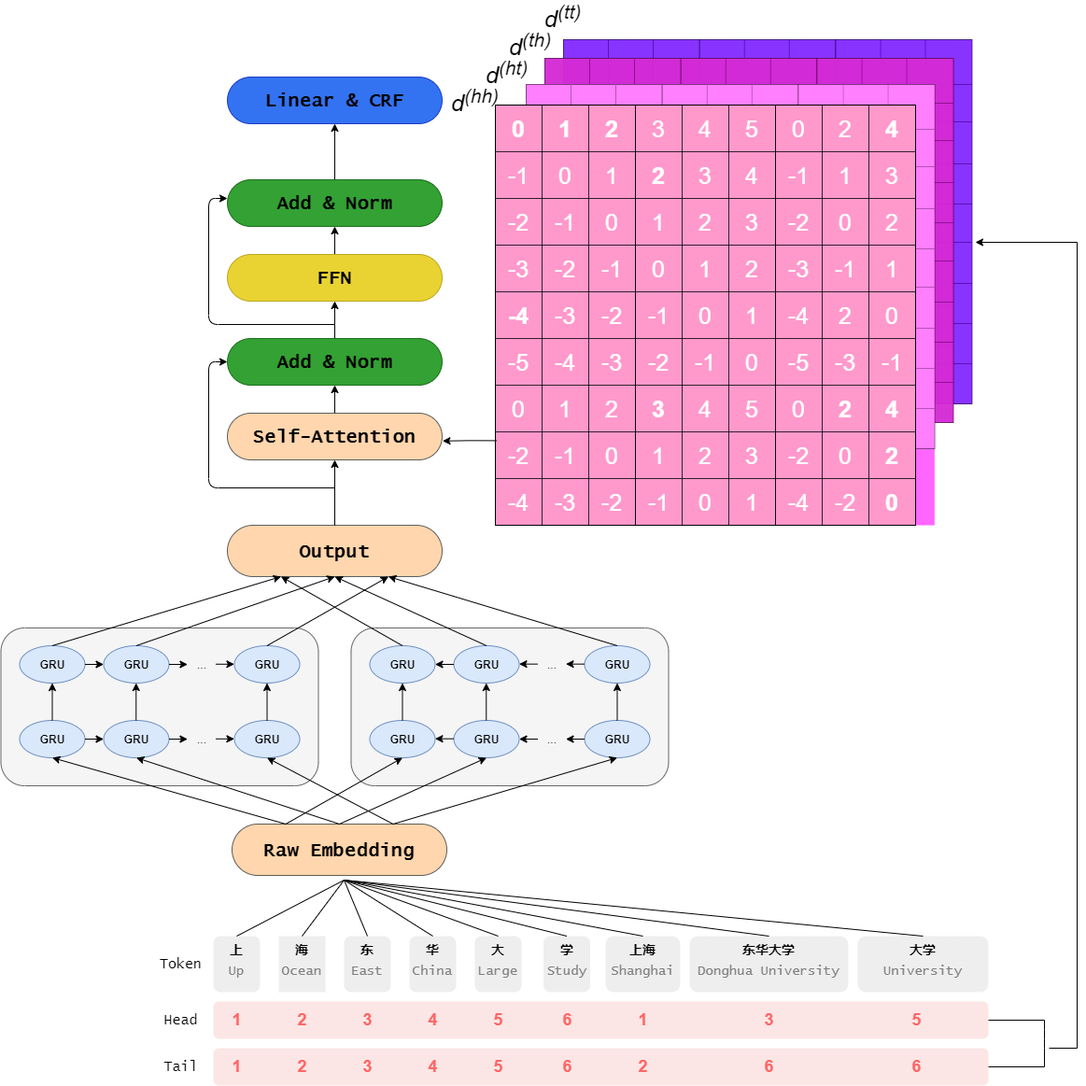
Above: Flat Diagram.png in AddsionPaPa/NLP (draw.io), before the change. Source tidied: cells renumbered, new cells last; positions are measured from the earlier drawing's top-left corner, leaving out a move shared by most shapes.
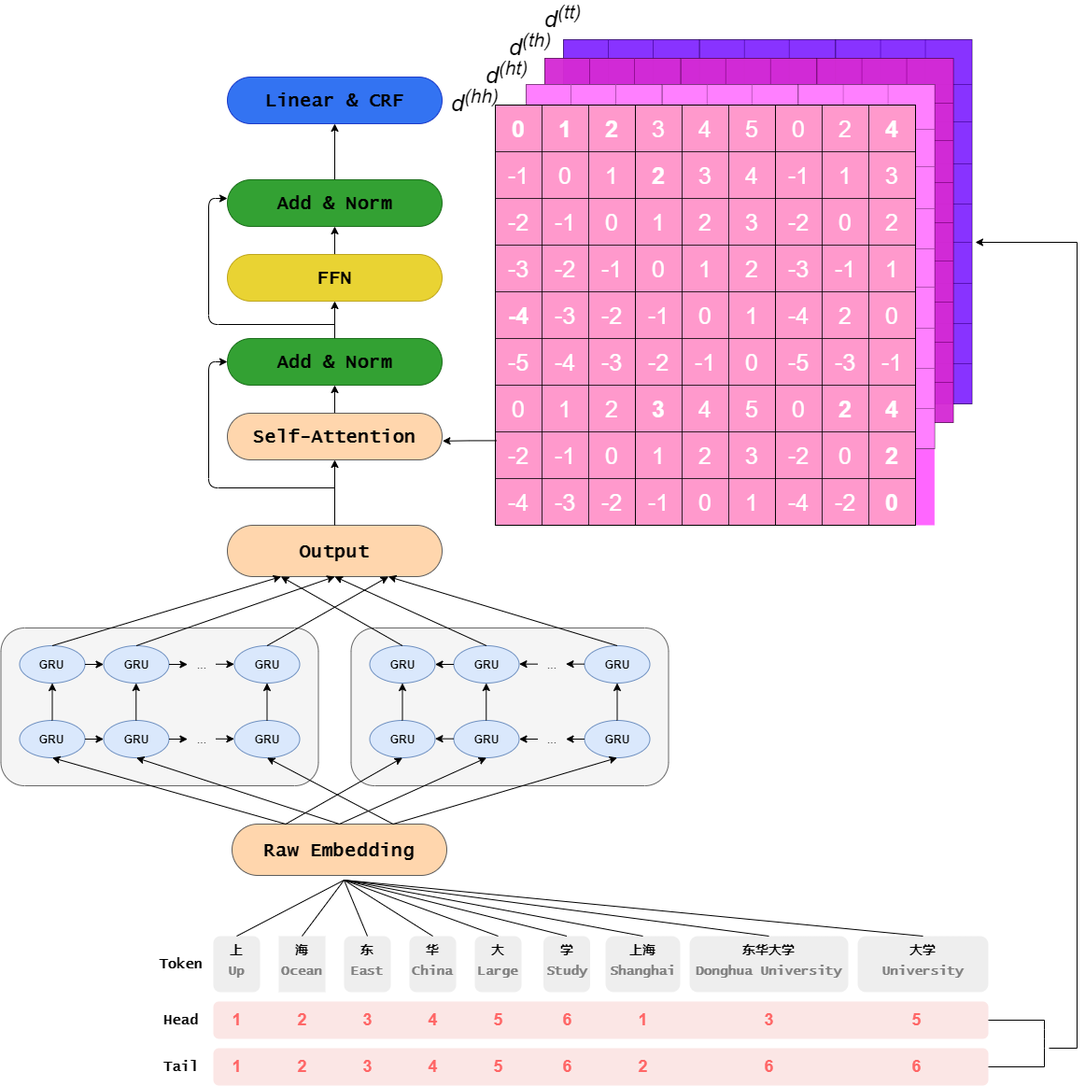
After the commit.

What changed in the source:
```diff
@@ -14,43 +14,43 @@
     <mxCell id="3" style="rounded=1;whiteSpace=wrap;html=1;fillColor=#f8cecc;strokeWidth=1;perimeterSpacing=0;opacity=50;strokeColor=none;" parent="1" vertex="1">
       <mxGeometry x="227" y="1070" width="830" height="40" as="geometry" />
     </mxCell>
-    <mxCell id="4" value="&lt;p style=&quot;line-height: 0% ; font-size: 14px&quot;&gt;&lt;font style=&quot;font-size: 14px&quot; face=&quot;Lucida Console&quot;&gt;&lt;b&gt;上&lt;/b&gt;&lt;/font&gt;&lt;/p&gt;&lt;p style=&quot;font-size: 14px&quot;&gt;&lt;font style=&quot;font-size: 14px&quot; face=&quot;Lucida Console&quot; color=&quot;#808080&quot;&gt;Up&lt;/font&gt;&lt;/p&gt;" style="rounded=1;whiteSpace=wrap;html=1;fillColor=#eeeeee;strokeColor=none;" parent="1" vertex="1">
+    <mxCell id="4" value="&lt;p style=&quot;line-height: 0% ; font-size: 14px&quot;&gt;&lt;font style=&quot;font-size: 14px&quot; face=&quot;Lucida Console&quot;&gt;&lt;b&gt;上&lt;/b&gt;&lt;/font&gt;&lt;/p&gt;&lt;p style=&quot;font-size: 14px&quot;&gt;&lt;font style=&quot;font-size: 14px&quot; face=&quot;Lucida Console&quot; color=&quot;#808080&quot;&gt;&lt;b&gt;Up&lt;/b&gt;&lt;/font&gt;&lt;/p&gt;" style="rounded=1;whiteSpace=wrap;html=1;fillColor=#eeeeee;strokeColor=none;" parent="1" vertex="1">
       <mxGeometry x="227" y="1000" width="50" height="60" as="geometry" />
     </mxCell>
     <mxCell id="5" style="rounded=1;whiteSpace=wrap;html=1;strokeColor=none;strokeWidth=1;fillColor=#f8cecc;opacity=50;" parent="1" vertex="1">
       <mxGeometry x="227" y="1120" width="830" height="40" as="geometry" />
     </mxCell>
-    <mxCell id="6" value="&lt;p style=&quot;line-height: 0% ; font-size: 14px&quot;&gt;&lt;font face=&quot;Lucida Console&quot;&gt;&lt;b&gt;海&lt;/b&gt;&lt;/font&gt;&lt;/p&gt;&lt;p style=&quot;font-size: 14px&quot;&gt;&lt;font color=&quot;#808080&quot; face=&quot;Lucida Console&quot;&gt;Ocean&lt;/font&gt;&lt;/p&gt;" style="rounded=1;whiteSpace=wrap;html=1;fillColor=#eeeeee;strokeColor=none;arcSize=0;" parent="1" vertex="1">
+    <mxCell id="6" value="&lt;p style=&quot;line-height: 0% ; font-size: 14px&quot;&gt;&lt;font face=&quot;Lucida Console&quot;&gt;&lt;b&gt;海&lt;/b&gt;&lt;/font&gt;&lt;/p&gt;&lt;p style=&quot;font-size: 14px&quot;&gt;&lt;font color=&quot;#808080&quot; face=&quot;Lucida Console&quot;&gt;&lt;b&gt;Ocean&lt;/b&gt;&lt;/font&gt;&lt;/p&gt;" style="rounded=1;whiteSpace=wrap;html=1;fillColor=#eeeeee;strokeColor=none;arcSize=0;" parent="1" vertex="1">
       <mxGeometry x="297" y="1000" width="50" height="60" as="geometry" />
     </mxCell>
-    <mxCell id="7" value="&lt;p style=&quot;line-height: 0% ; font-size: 14px&quot;&gt;&lt;font face=&quot;Lucida Console&quot;&gt;&lt;b&gt;东&lt;/b&gt;&lt;/font&gt;&lt;/p&gt;&lt;p style=&quot;font-size: 14px&quot;&gt;&lt;font color=&quot;#808080&quot; face=&quot;Lucida Console&quot;&gt;East&lt;/font&gt;&lt;/p&gt;" style="rounded=1;whiteSpace=wrap;html=1;fillColor=#eeeeee;strokeColor=none;" parent="1" vertex="1">
+    <mxCell id="7" value="&lt;p style=&quot;line-height: 0% ; font-size: 14px&quot;&gt;&lt;font face=&quot;Lucida Console&quot;&gt;&lt;b&gt;东&lt;/b&gt;&lt;/font&gt;&lt;/p&gt;&lt;p style=&quot;font-size: 14px&quot;&gt;&lt;font color=&quot;#808080&quot; face=&quot;Lucida Console&quot;&gt;&lt;b&gt;East&lt;/b&gt;&lt;/font&gt;&lt;/p&gt;" style="rounded=1;whiteSpace=wrap;html=1;fillColor=#eeeeee;strokeColor=none;" parent="1" vertex="1">
       <mxGeometry x="367" y="1000" width="50" height="60" as="geometry" />
     </mxCell>
-    <mxCell id="8" value="&lt;p style=&quot;line-height: 0% ; font-size: 14px&quot;&gt;&lt;font face=&quot;Lucida Console&quot;&gt;&lt;b&gt;华&lt;/b&gt;&lt;/font&gt;&lt;/p&gt;&lt;p style=&quot;font-size: 14px&quot;&gt;&lt;font color=&quot;#808080&quot; face=&quot;Lucida Console&quot;&gt;China&lt;/font&gt;&lt;/p&gt;" style="rounded=1;whiteSpace=wrap;html=1;fillColor=#eeeeee;strokeColor=none;" parent="1" vertex="1">
+    <mxCell id="8" value="&lt;p style=&quot;line-height: 0% ; font-size: 14px&quot;&gt;&lt;font face=&quot;Lucida Console&quot;&gt;&lt;b&gt;华&lt;/b&gt;&lt;/font&gt;&lt;/p&gt;&lt;p style=&quot;font-size: 14px&quot;&gt;&lt;font color=&quot;#808080&quot; face=&quot;Lucida Console&quot;&gt;&lt;b&gt;China&lt;/b&gt;&lt;/font&gt;&lt;/p&gt;" style="rounded=1;whiteSpace=wrap;html=1;fillColor=#eeeeee;strokeColor=none;" parent="1" vertex="1">
       <mxGeometry x="437" y="1000" width="50" height="60" as="geometry" />
     </mxCell>
-    <mxCell id="9" value="&lt;p style=&quot;line-height: 0% ; font-size: 14px&quot;&gt;&lt;font face=&quot;Lucida Console&quot;&gt;&lt;b&gt;大&lt;/b&gt;&lt;/font&gt;&lt;/p&gt;&lt;p style=&quot;font-size: 14px&quot;&gt;&lt;font color=&quot;#808080&quot; face=&quot;Lucida Console&quot;&gt;Large&lt;/font&gt;&lt;/p&gt;" style="rounded=1;whiteSpace=wrap;html=1;fillColor=#eeeeee;strokeColor=none;" parent="1" vertex="1">
+    <mxCell id="9" value="&lt;p style=&quot;line-height: 0% ; font-size: 14px&quot;&gt;&lt;font face=&quot;Lucida Console&quot;&gt;&lt;b&gt;大&lt;/b&gt;&lt;/font&gt;&lt;/p&gt;&lt;p style=&quot;font-size: 14px&quot;&gt;&lt;font color=&quot;#808080&quot; face=&quot;Lucida Console&quot;&gt;&lt;b&gt;Large&lt;/b&gt;&lt;/font&gt;&lt;/p&gt;" style="rounded=1;whiteSpace=wrap;html=1;fillColor=#eeeeee;strokeColor=none;" parent="1" vertex="1">
       <mxGeometry x="507" y="1000" width="50" height="60" as="geometry" />
     </mxCell>
-    <mxCell id="10" value="&lt;p style=&quot;line-height: 0% ; font-size: 14px&quot;&gt;&lt;font face=&quot;Lucida Console&quot;&gt;&lt;b&gt;学&lt;/b&gt;&lt;/font&gt;&lt;/p&gt;&lt;p style=&quot;font-size: 14px&quot;&gt;&lt;font color=&quot;#808080&quot; face=&quot;Lucida Console&quot;&gt;Study&lt;/font&gt;&lt;/p&gt;" style="rounded=1;whiteSpace=wrap;html=1;fillColor=#eeeeee;strokeColor=none;" parent="1" vertex="1">
+    <mxCell id="10" value="&lt;p style=&quot;line-height: 0% ; font-size: 14px&quot;&gt;&lt;font face=&quot;Lucida Console&quot;&gt;&lt;b&gt;学&lt;/b&gt;&lt;/font&gt;&lt;/p&gt;&lt;p style=&quot;font-size: 14px&quot;&gt;&lt;font color=&quot;#808080&quot; face=&quot;Lucida Console&quot;&gt;&lt;b&gt;Study&lt;/b&gt;&lt;/font&gt;&lt;/p&gt;" style="rounded=1;whiteSpace=wrap;html=1;fillColor=#eeeeee;strokeColor=none;" parent="1" vertex="1">
       <mxGeometry x="580.5" y="1000" width="50" height="60" as="geometry" />
     </mxCell>
-    <mxCell id="11" value="&lt;p style=&quot;line-height: 0% ; font-size: 14px&quot;&gt;&lt;font style=&quot;font-size: 14px&quot; face=&quot;Lucida Console&quot;&gt;&lt;b&gt;上海&lt;/b&gt;&lt;/font&gt;&lt;/p&gt;&lt;p style=&quot;font-size: 14px&quot;&gt;&lt;font color=&quot;#808080&quot; face=&quot;Lucida Console&quot;&gt;Shanghai&lt;/font&gt;&lt;/p&gt;" style="rounded=1;whiteSpace=wrap;html=1;fillColor=#eeeeee;strokeColor=none;" parent="1" vertex="1">
+    <mxCell id="11" value="&lt;p style=&quot;line-height: 0% ; font-size: 14px&quot;&gt;&lt;font style=&quot;font-size: 14px&quot; face=&quot;Lucida Console&quot;&gt;&lt;b&gt;上海&lt;/b&gt;&lt;/font&gt;&lt;/p&gt;&lt;p style=&quot;font-size: 14px&quot;&gt;&lt;font color=&quot;#808080&quot; face=&quot;Lucida Console&quot;&gt;&lt;b&gt;Shanghai&lt;/b&gt;&lt;/font&gt;&lt;/p&gt;" style="rounded=1;whiteSpace=wrap;html=1;fillColor=#eeeeee;strokeColor=none;" parent="1" vertex="1">
       <mxGeometry x="647" y="1000" width="80" height="60" as="geometry" />
     </mxCell>
-    <mxCell id="12" value="&lt;p style=&quot;line-height: 0% ; font-size: 14px&quot;&gt;&lt;font face=&quot;Lucida Console&quot;&gt;&lt;b&gt;东华大学&lt;/b&gt;&lt;/font&gt;&lt;/p&gt;&lt;p style=&quot;font-size: 14px&quot;&gt;&lt;font color=&quot;#808080&quot; face=&quot;Lucida Console&quot;&gt;Donghua University&lt;/font&gt;&lt;/p&gt;" style="rounded=1;whiteSpace=wrap;html=1;fillColor=#eeeeee;strokeColor=none;" parent="1" vertex="1">
+    <mxCell id="12" value="&lt;p style=&quot;line-height: 0% ; font-size: 14px&quot;&gt;&lt;font face=&quot;Lucida Console&quot;&gt;&lt;b&gt;东华大学&lt;/b&gt;&lt;/font&gt;&lt;/p&gt;&lt;p style=&quot;font-size: 14px&quot;&gt;&lt;font color=&quot;#808080&quot; face=&quot;Lucida Console&quot;&gt;&lt;b&gt;Donghua University&lt;/b&gt;&lt;/font&gt;&lt;/p&gt;" style="rounded=1;whiteSpace=wrap;html=1;fillColor=#eeeeee;strokeColor=none;" parent="1" vertex="1">
       <mxGeometry x="737" y="1000" width="170" height="60" as="geometry" />
     </mxCell>
-    <mxCell id="13" value="&lt;p style=&quot;line-height: 0% ; font-size: 14px&quot;&gt;&lt;font face=&quot;Lucida Console&quot;&gt;&lt;b&gt;大学&lt;/b&gt;&lt;/font&gt;&lt;/p&gt;&lt;p style=&quot;font-size: 14px&quot;&gt;&lt;font color=&quot;#808080&quot; face=&quot;Lucida Console&quot;&gt;University&lt;/font&gt;&lt;/p&gt;" style="rounded=1;whiteSpace=wrap;html=1;fillColor=#eeeeee;strokeColor=none;" parent="1" vertex="1">
+    <mxCell id="13" value="&lt;p style=&quot;line-height: 0% ; font-size: 14px&quot;&gt;&lt;font face=&quot;Lucida Console&quot;&gt;&lt;b&gt;大学&lt;/b&gt;&lt;/font&gt;&lt;/p&gt;&lt;p style=&quot;font-size: 14px&quot;&gt;&lt;font color=&quot;#808080&quot; face=&quot;Lucida Console&quot;&gt;&lt;b&gt;University&lt;/b&gt;&lt;/font&gt;&lt;/p&gt;" style="rounded=1;whiteSpace=wrap;html=1;fillColor=#eeeeee;strokeColor=none;" parent="1" vertex="1">
       <mxGeometry x="917" y="1000" width="140" height="60" as="geometry" />
     </mxCell>
-    <mxCell id="14" value="&lt;font style=&quot;font-size: 15px&quot; face=&quot;Lucida Console&quot;&gt;Token&lt;/font&gt;" style="text;html=1;align=center;verticalAlign=middle;" parent="1" vertex="1">
+    <mxCell id="14" value="&lt;font style=&quot;font-size: 15px&quot; face=&quot;Lucida Console&quot;&gt;&lt;b&gt;Token&lt;/b&gt;&lt;/font&gt;" style="text;html=1;align=center;verticalAlign=middle;" parent="1" vertex="1">
       <mxGeometry x="162" y="1020" width="60" height="20" as="geometry" />
     </mxCell>
-    <mxCell id="15" value="&lt;font style=&quot;font-size: 15px&quot; face=&quot;Lucida Console&quot;&gt;Head&lt;/font&gt;" style="text;html=1;align=center;verticalAlign=middle;" parent="1" vertex="1">
+    <mxCell id="15" value="&lt;font style=&quot;font-size: 15px&quot; face=&quot;Lucida Console&quot;&gt;&lt;b&gt;Head&lt;/b&gt;&lt;/font&gt;" style="text;html=1;align=center;verticalAlign=middle;" parent="1" vertex="1">
       <mxGeometry x="167" y="1080" width="50" height="20" as="geometry" />
     </mxCell>
-    <mxCell id="16" value="&lt;font style=&quot;font-size: 15px&quot; face=&quot;Lucida Console&quot;&gt;Tail&lt;/font&gt;" style="text;html=1;align=center;verticalAlign=middle;" parent="1" vertex="1">
+    <mxCell id="16" value="&lt;font style=&quot;font-size: 15px&quot; face=&quot;Lucida Console&quot;&gt;&lt;b&gt;Tail&lt;/b&gt;&lt;/font&gt;" style="text;html=1;align=center;verticalAlign=middle;" parent="1" vertex="1">
       <mxGeometry x="167" y="1130" width="50" height="20" as="geometry" />
     </mxCell>
     <mxCell id="17" value="&lt;span style=&quot;color: rgb(255 , 102 , 102) ; font-family: &amp;#34;helvetica&amp;#34; ; font-style: normal ; letter-spacing: normal ; text-align: center ; text-indent: 0px ; text-transform: none ; word-spacing: 0px ; display: inline ; float: none&quot;&gt;&lt;b&gt;&lt;font style=&quot;font-size: 18px&quot;&gt;1&lt;/font&gt;&lt;/b&gt;&lt;/span&gt;" style="text;html=1;align=center;verticalAlign=middle;" parent="1" vertex="1">
```
